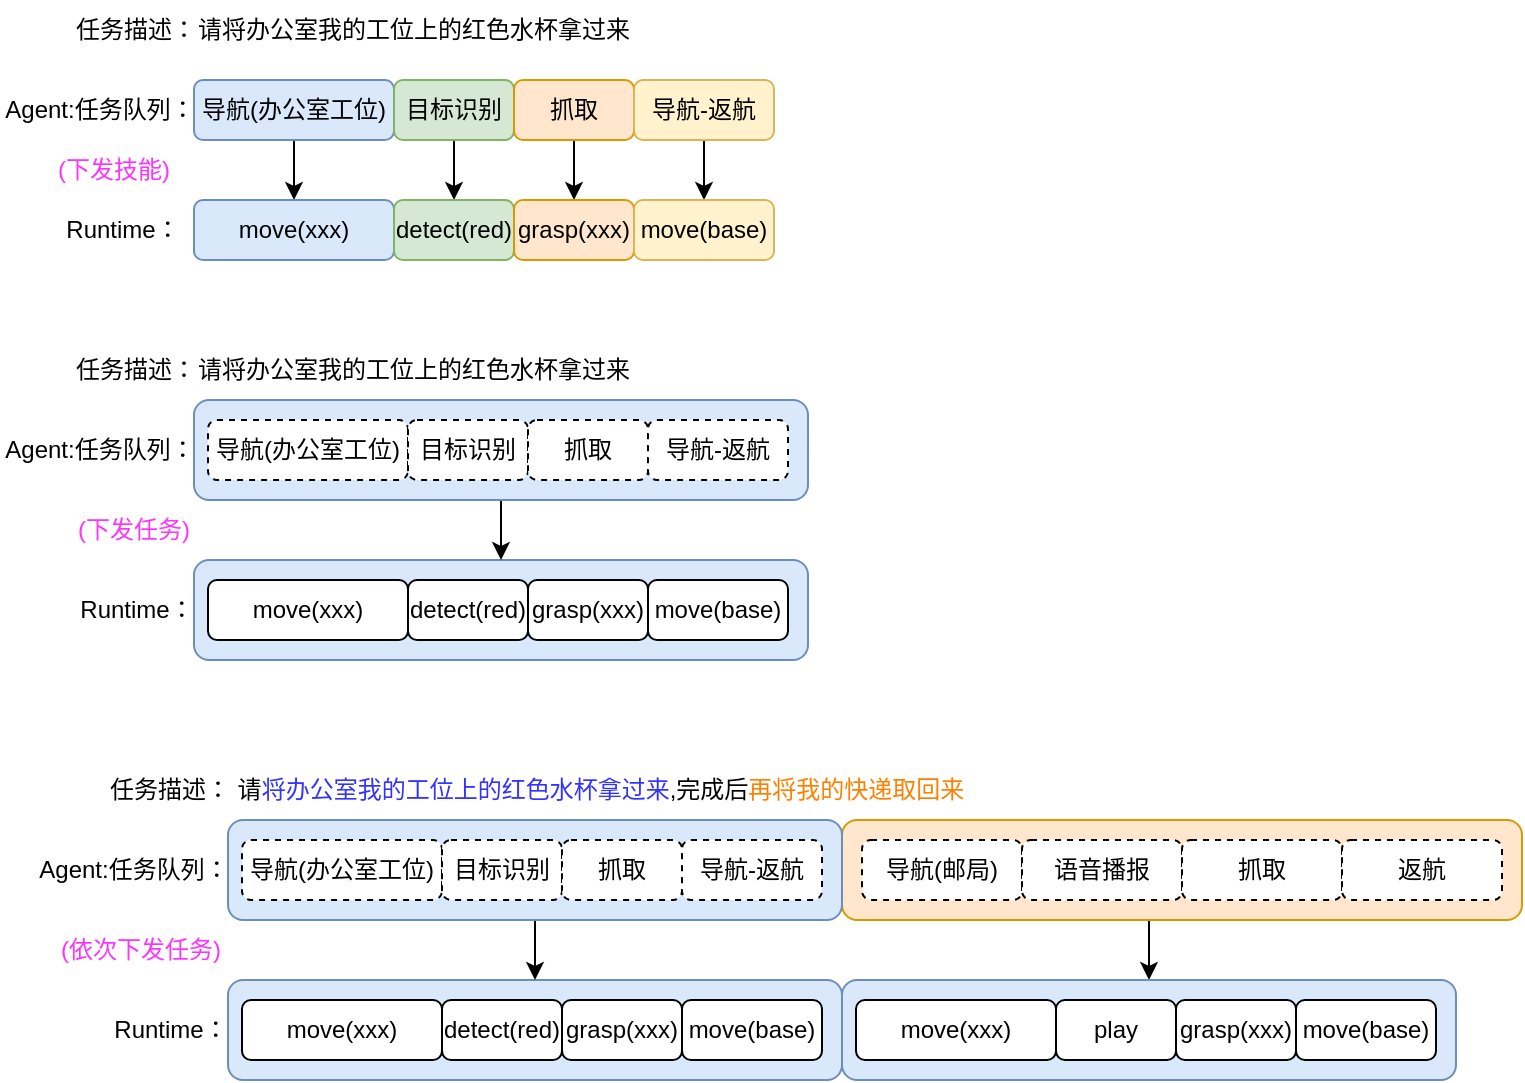
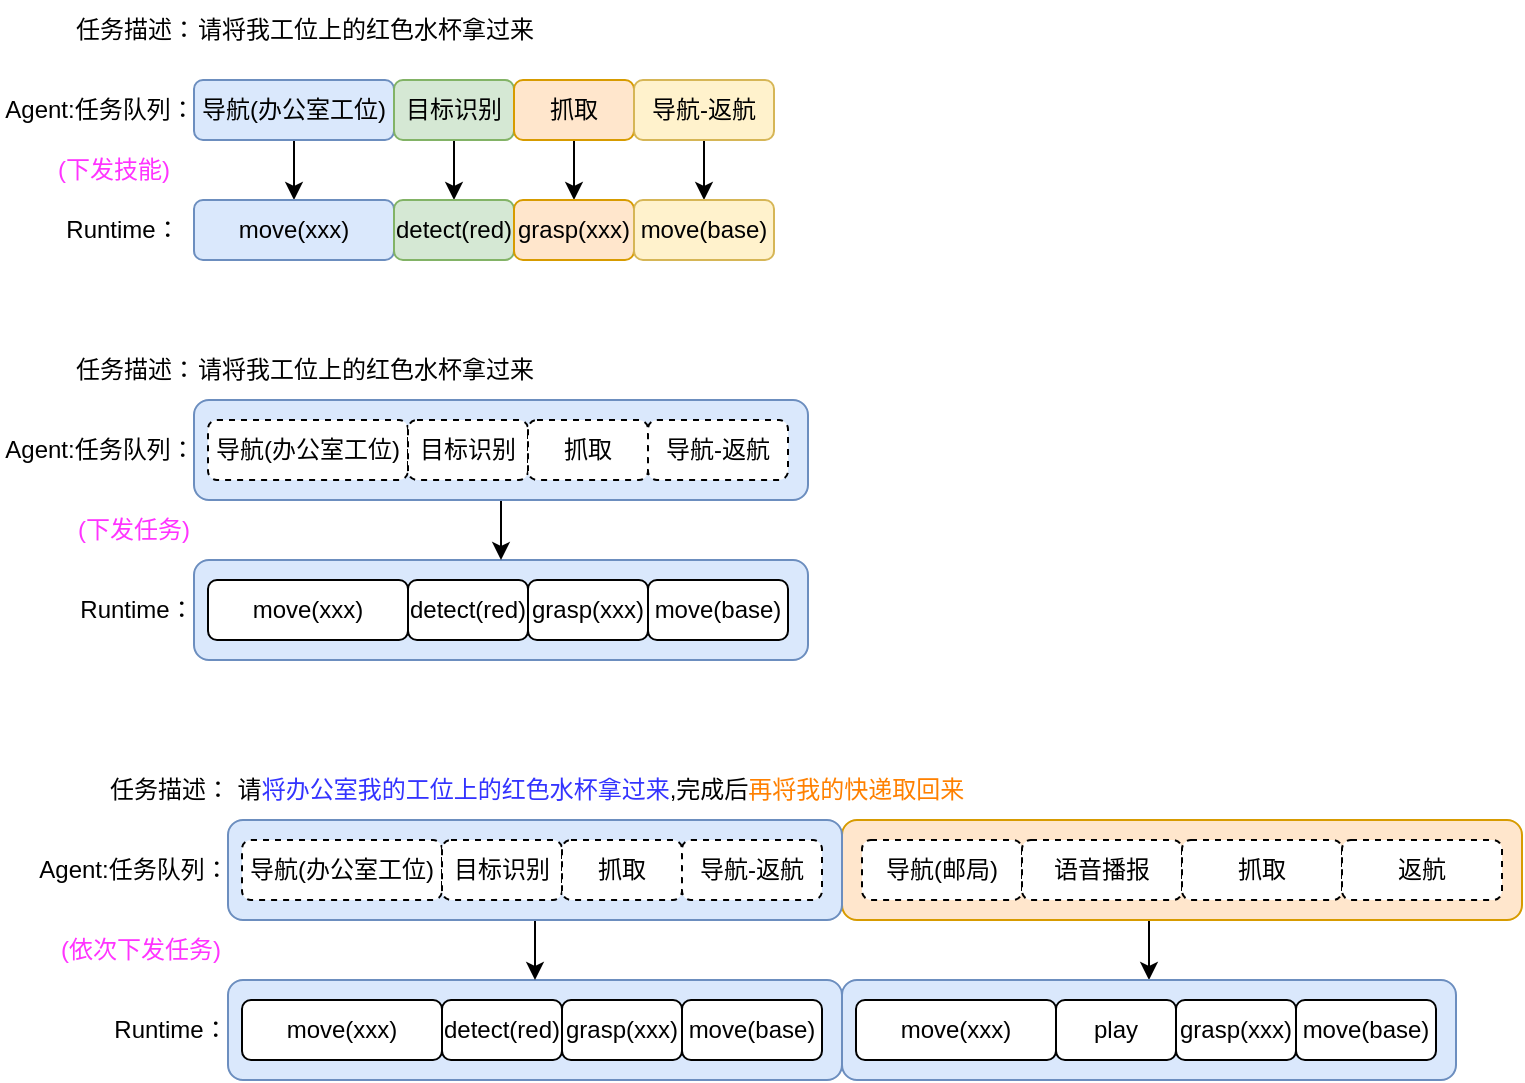
<mxfile host="app.diagrams.net">
  <diagram name="第 1 页" id="AqDmRzZVIJ-5uyctXJOA">
    <mxGraphModel dx="927" dy="527" grid="1" gridSize="10" guides="1" tooltips="1" connect="1" arrows="1" fold="1" page="1" pageScale="1" pageWidth="2339" pageHeight="3300" math="0" shadow="0">
      <root>
        <mxCell id="0" />
        <mxCell id="1" parent="0" />
        <mxCell id="TX6EBbOIm9mCNyf-wsjQ-69" edge="1" parent="1" source="TX6EBbOIm9mCNyf-wsjQ-63" style="edgeStyle=orthogonalEdgeStyle;rounded=0;orthogonalLoop=1;jettySize=auto;html=1;exitX=0.5;exitY=1;exitDx=0;exitDy=0;entryX=0.5;entryY=0;entryDx=0;entryDy=0;" target="TX6EBbOIm9mCNyf-wsjQ-64">
          <mxGeometry relative="1" as="geometry" />
        </mxCell>
        <mxCell id="TX6EBbOIm9mCNyf-wsjQ-63" parent="1" style="rounded=1;whiteSpace=wrap;html=1;fillColor=#ffe6cc;strokeColor=#d79b00;" value="" vertex="1">
          <mxGeometry height="50" width="340" x="444" y="740" as="geometry" />
        </mxCell>
        <mxCell id="TX6EBbOIm9mCNyf-wsjQ-37" parent="1" style="rounded=1;whiteSpace=wrap;html=1;fillColor=#dae8fc;strokeColor=#6c8ebf;" value="" vertex="1">
          <mxGeometry height="50" width="307" x="120" y="610" as="geometry" />
        </mxCell>
        <mxCell id="TX6EBbOIm9mCNyf-wsjQ-38" edge="1" parent="1" source="TX6EBbOIm9mCNyf-wsjQ-36" style="edgeStyle=orthogonalEdgeStyle;rounded=0;orthogonalLoop=1;jettySize=auto;html=1;exitX=0.5;exitY=1;exitDx=0;exitDy=0;entryX=0.5;entryY=0;entryDx=0;entryDy=0;" target="TX6EBbOIm9mCNyf-wsjQ-37">
          <mxGeometry relative="1" as="geometry" />
        </mxCell>
        <mxCell id="TX6EBbOIm9mCNyf-wsjQ-36" parent="1" style="rounded=1;whiteSpace=wrap;html=1;fillColor=#dae8fc;strokeColor=#6c8ebf;" value="" vertex="1">
          <mxGeometry height="50" width="307" x="120" y="530" as="geometry" />
        </mxCell>
        <mxCell id="TX6EBbOIm9mCNyf-wsjQ-15" edge="1" parent="1" source="TX6EBbOIm9mCNyf-wsjQ-1" style="edgeStyle=orthogonalEdgeStyle;rounded=0;orthogonalLoop=1;jettySize=auto;html=1;exitX=0.5;exitY=1;exitDx=0;exitDy=0;entryX=0.5;entryY=0;entryDx=0;entryDy=0;" target="TX6EBbOIm9mCNyf-wsjQ-11">
          <mxGeometry relative="1" as="geometry" />
        </mxCell>
        <mxCell id="TX6EBbOIm9mCNyf-wsjQ-1" parent="1" style="rounded=1;whiteSpace=wrap;html=1;fillColor=#dae8fc;strokeColor=#6c8ebf;" value="导航(办公室工位)" vertex="1">
          <mxGeometry height="30" width="100" x="120" y="370" as="geometry" />
        </mxCell>
        <mxCell id="TX6EBbOIm9mCNyf-wsjQ-2" parent="1" style="text;html=1;whiteSpace=wrap;strokeColor=none;fillColor=none;align=center;verticalAlign=middle;rounded=0;" value="Agent:任务队列：" vertex="1">
          <mxGeometry height="30" width="100" x="23" y="370" as="geometry" />
        </mxCell>
        <mxCell id="TX6EBbOIm9mCNyf-wsjQ-3" parent="1" style="text;html=1;whiteSpace=wrap;strokeColor=none;fillColor=none;align=center;verticalAlign=middle;rounded=0;" value="任务描述：" vertex="1">
          <mxGeometry height="30" width="70" x="56" y="330" as="geometry" />
        </mxCell>
-         <mxCell id="TX6EBbOIm9mCNyf-wsjQ-4" parent="1" style="text;html=1;whiteSpace=wrap;strokeColor=none;fillColor=none;align=center;verticalAlign=middle;rounded=0;" value="请将办公室我的工位上的红色水杯拿过来" vertex="1">
+         <mxCell id="TX6EBbOIm9mCNyf-wsjQ-4" parent="1" style="text;html=1;whiteSpace=wrap;strokeColor=none;fillColor=none;align=left;verticalAlign=middle;rounded=0;" value="请将我工位上的红色水杯拿过来" vertex="1">
          <mxGeometry height="30" width="220" x="120" y="330" as="geometry" />
        </mxCell>
        <mxCell id="TX6EBbOIm9mCNyf-wsjQ-16" edge="1" parent="1" source="TX6EBbOIm9mCNyf-wsjQ-5" style="edgeStyle=orthogonalEdgeStyle;rounded=0;orthogonalLoop=1;jettySize=auto;html=1;exitX=0.5;exitY=1;exitDx=0;exitDy=0;entryX=0.5;entryY=0;entryDx=0;entryDy=0;" target="TX6EBbOIm9mCNyf-wsjQ-12">
          <mxGeometry relative="1" as="geometry" />
        </mxCell>
        <mxCell id="TX6EBbOIm9mCNyf-wsjQ-5" parent="1" style="rounded=1;whiteSpace=wrap;html=1;fillColor=#d5e8d4;strokeColor=#82b366;" value="目标识别" vertex="1">
          <mxGeometry height="30" width="60" x="220" y="370" as="geometry" />
        </mxCell>
        <mxCell id="TX6EBbOIm9mCNyf-wsjQ-17" edge="1" parent="1" source="TX6EBbOIm9mCNyf-wsjQ-6" style="edgeStyle=orthogonalEdgeStyle;rounded=0;orthogonalLoop=1;jettySize=auto;html=1;exitX=0.5;exitY=1;exitDx=0;exitDy=0;entryX=0.5;entryY=0;entryDx=0;entryDy=0;" target="TX6EBbOIm9mCNyf-wsjQ-13">
          <mxGeometry relative="1" as="geometry" />
        </mxCell>
        <mxCell id="TX6EBbOIm9mCNyf-wsjQ-6" parent="1" style="rounded=1;whiteSpace=wrap;html=1;fillColor=#ffe6cc;strokeColor=#d79b00;" value="抓取" vertex="1">
          <mxGeometry height="30" width="60" x="280" y="370" as="geometry" />
        </mxCell>
        <mxCell id="TX6EBbOIm9mCNyf-wsjQ-18" edge="1" parent="1" source="TX6EBbOIm9mCNyf-wsjQ-7" style="edgeStyle=orthogonalEdgeStyle;rounded=0;orthogonalLoop=1;jettySize=auto;html=1;exitX=0.5;exitY=1;exitDx=0;exitDy=0;entryX=0.5;entryY=0;entryDx=0;entryDy=0;" target="TX6EBbOIm9mCNyf-wsjQ-14">
          <mxGeometry relative="1" as="geometry" />
        </mxCell>
        <mxCell id="TX6EBbOIm9mCNyf-wsjQ-7" parent="1" style="rounded=1;whiteSpace=wrap;html=1;fillColor=#fff2cc;strokeColor=#d6b656;" value="导航-返航" vertex="1">
          <mxGeometry height="30" width="70" x="340" y="370" as="geometry" />
        </mxCell>
        <mxCell id="TX6EBbOIm9mCNyf-wsjQ-8" parent="1" style="text;html=1;whiteSpace=wrap;strokeColor=none;fillColor=none;align=center;verticalAlign=middle;rounded=0;" value="Runtime：" vertex="1">
          <mxGeometry height="30" width="57" x="56" y="430" as="geometry" />
        </mxCell>
        <mxCell id="TX6EBbOIm9mCNyf-wsjQ-11" parent="1" style="rounded=1;whiteSpace=wrap;html=1;fillColor=#dae8fc;strokeColor=#6c8ebf;" value="move(xxx)" vertex="1">
          <mxGeometry height="30" width="100" x="120" y="430" as="geometry" />
        </mxCell>
        <mxCell id="TX6EBbOIm9mCNyf-wsjQ-12" parent="1" style="rounded=1;whiteSpace=wrap;html=1;fillColor=#d5e8d4;strokeColor=#82b366;" value="detect(red)" vertex="1">
          <mxGeometry height="30" width="60" x="220" y="430" as="geometry" />
        </mxCell>
        <mxCell id="TX6EBbOIm9mCNyf-wsjQ-13" parent="1" style="rounded=1;whiteSpace=wrap;html=1;fillColor=#ffe6cc;strokeColor=#d79b00;" value="grasp(xxx)" vertex="1">
          <mxGeometry height="30" width="60" x="280" y="430" as="geometry" />
        </mxCell>
        <mxCell id="TX6EBbOIm9mCNyf-wsjQ-14" parent="1" style="rounded=1;whiteSpace=wrap;html=1;fillColor=#fff2cc;strokeColor=#d6b656;" value="move(base)" vertex="1">
          <mxGeometry height="30" width="70" x="340" y="430" as="geometry" />
        </mxCell>
-         <mxCell id="TX6EBbOIm9mCNyf-wsjQ-19" parent="1" style="text;html=1;whiteSpace=wrap;strokeColor=none;fillColor=none;align=center;verticalAlign=middle;rounded=0;" value="请将办公室我的工位上的红色水杯拿过来" vertex="1">
+         <mxCell id="TX6EBbOIm9mCNyf-wsjQ-19" parent="1" style="text;html=1;whiteSpace=wrap;strokeColor=none;fillColor=none;align=left;verticalAlign=middle;rounded=0;" value="请将我工位上的红色水杯拿过来" vertex="1">
          <mxGeometry height="30" width="220" x="120" y="500" as="geometry" />
        </mxCell>
        <mxCell id="TX6EBbOIm9mCNyf-wsjQ-20" parent="1" style="text;html=1;whiteSpace=wrap;strokeColor=none;fillColor=none;align=center;verticalAlign=middle;rounded=0;" value="任务描述：" vertex="1">
          <mxGeometry height="30" width="70" x="56" y="500" as="geometry" />
        </mxCell>
        <mxCell id="TX6EBbOIm9mCNyf-wsjQ-22" parent="1" style="rounded=1;whiteSpace=wrap;html=1;dashed=1;" value="导航(办公室工位)" vertex="1">
          <mxGeometry height="30" width="100" x="127" y="540" as="geometry" />
        </mxCell>
        <mxCell id="TX6EBbOIm9mCNyf-wsjQ-23" parent="1" style="text;html=1;whiteSpace=wrap;strokeColor=none;fillColor=none;align=center;verticalAlign=middle;rounded=0;" value="Agent:任务队列：" vertex="1">
          <mxGeometry height="30" width="100" x="23" y="540" as="geometry" />
        </mxCell>
        <mxCell id="TX6EBbOIm9mCNyf-wsjQ-25" parent="1" style="rounded=1;whiteSpace=wrap;html=1;dashed=1;" value="目标识别" vertex="1">
          <mxGeometry height="30" width="60" x="227" y="540" as="geometry" />
        </mxCell>
        <mxCell id="TX6EBbOIm9mCNyf-wsjQ-27" parent="1" style="rounded=1;whiteSpace=wrap;html=1;dashed=1;" value="抓取" vertex="1">
          <mxGeometry height="30" width="60" x="287" y="540" as="geometry" />
        </mxCell>
        <mxCell id="TX6EBbOIm9mCNyf-wsjQ-29" parent="1" style="rounded=1;whiteSpace=wrap;html=1;dashed=1;" value="导航-返航" vertex="1">
          <mxGeometry height="30" width="70" x="347" y="540" as="geometry" />
        </mxCell>
        <mxCell id="TX6EBbOIm9mCNyf-wsjQ-30" parent="1" style="text;html=1;whiteSpace=wrap;strokeColor=none;fillColor=none;align=center;verticalAlign=middle;rounded=0;" value="Runtime：" vertex="1">
          <mxGeometry height="30" width="57" x="62.5" y="620" as="geometry" />
        </mxCell>
        <mxCell id="TX6EBbOIm9mCNyf-wsjQ-31" parent="1" style="rounded=1;whiteSpace=wrap;html=1;" value="move(xxx)" vertex="1">
          <mxGeometry height="30" width="100" x="127" y="620" as="geometry" />
        </mxCell>
        <mxCell id="TX6EBbOIm9mCNyf-wsjQ-32" parent="1" style="rounded=1;whiteSpace=wrap;html=1;" value="detect(red)" vertex="1">
          <mxGeometry height="30" width="60" x="227" y="620" as="geometry" />
        </mxCell>
        <mxCell id="TX6EBbOIm9mCNyf-wsjQ-33" parent="1" style="rounded=1;whiteSpace=wrap;html=1;" value="grasp(xxx)" vertex="1">
          <mxGeometry height="30" width="60" x="287" y="620" as="geometry" />
        </mxCell>
        <mxCell id="TX6EBbOIm9mCNyf-wsjQ-34" parent="1" style="rounded=1;whiteSpace=wrap;html=1;" value="move(base)" vertex="1">
          <mxGeometry height="30" width="70" x="347" y="620" as="geometry" />
        </mxCell>
        <mxCell id="TX6EBbOIm9mCNyf-wsjQ-35" parent="1" style="text;html=1;whiteSpace=wrap;strokeColor=none;fillColor=none;align=center;verticalAlign=middle;rounded=0;fontColor=#FF33FF;" value="(下发技能)" vertex="1">
          <mxGeometry height="30" width="60" x="50" y="400" as="geometry" />
        </mxCell>
        <mxCell id="TX6EBbOIm9mCNyf-wsjQ-39" parent="1" style="text;html=1;whiteSpace=wrap;strokeColor=none;fillColor=none;align=center;verticalAlign=middle;rounded=0;fontColor=#FF33FF;" value="(下发任务)" vertex="1">
          <mxGeometry height="30" width="60" x="59.5" y="580" as="geometry" />
        </mxCell>
        <mxCell id="TX6EBbOIm9mCNyf-wsjQ-40" parent="1" style="rounded=1;whiteSpace=wrap;html=1;fillColor=#dae8fc;strokeColor=#6c8ebf;" value="" vertex="1">
          <mxGeometry height="50" width="307" x="137" y="820" as="geometry" />
        </mxCell>
        <mxCell id="TX6EBbOIm9mCNyf-wsjQ-41" edge="1" parent="1" source="TX6EBbOIm9mCNyf-wsjQ-42" style="edgeStyle=orthogonalEdgeStyle;rounded=0;orthogonalLoop=1;jettySize=auto;html=1;exitX=0.5;exitY=1;exitDx=0;exitDy=0;entryX=0.5;entryY=0;entryDx=0;entryDy=0;" target="TX6EBbOIm9mCNyf-wsjQ-40">
          <mxGeometry relative="1" as="geometry" />
        </mxCell>
        <mxCell id="TX6EBbOIm9mCNyf-wsjQ-42" parent="1" style="rounded=1;whiteSpace=wrap;html=1;fillColor=#dae8fc;strokeColor=#6c8ebf;" value="" vertex="1">
          <mxGeometry height="50" width="307" x="137" y="740" as="geometry" />
        </mxCell>
        <mxCell id="TX6EBbOIm9mCNyf-wsjQ-43" parent="1" style="text;html=1;whiteSpace=wrap;strokeColor=none;fillColor=none;align=center;verticalAlign=middle;rounded=0;" value="请&lt;font style=&quot;color: rgb(51, 51, 255);&quot;&gt;将办公室我的工位上的红色水杯拿过来&lt;/font&gt;,完成后&lt;font style=&quot;color: rgb(255, 128, 0);&quot;&gt;再将我的快递取回来&lt;/font&gt;" vertex="1">
          <mxGeometry height="30" width="373" x="137" y="710" as="geometry" />
        </mxCell>
        <mxCell id="TX6EBbOIm9mCNyf-wsjQ-44" parent="1" style="text;html=1;whiteSpace=wrap;strokeColor=none;fillColor=none;align=center;verticalAlign=middle;rounded=0;" value="任务描述：" vertex="1">
          <mxGeometry height="30" width="70" x="73" y="710" as="geometry" />
        </mxCell>
        <mxCell id="TX6EBbOIm9mCNyf-wsjQ-45" parent="1" style="rounded=1;whiteSpace=wrap;html=1;dashed=1;" value="导航(办公室工位)" vertex="1">
          <mxGeometry height="30" width="100" x="144" y="750" as="geometry" />
        </mxCell>
        <mxCell id="TX6EBbOIm9mCNyf-wsjQ-46" parent="1" style="text;html=1;whiteSpace=wrap;strokeColor=none;fillColor=none;align=center;verticalAlign=middle;rounded=0;" value="Agent:任务队列：" vertex="1">
          <mxGeometry height="30" width="100" x="40" y="750" as="geometry" />
        </mxCell>
        <mxCell id="TX6EBbOIm9mCNyf-wsjQ-47" parent="1" style="rounded=1;whiteSpace=wrap;html=1;dashed=1;" value="目标识别" vertex="1">
          <mxGeometry height="30" width="60" x="244" y="750" as="geometry" />
        </mxCell>
        <mxCell id="TX6EBbOIm9mCNyf-wsjQ-48" parent="1" style="rounded=1;whiteSpace=wrap;html=1;dashed=1;" value="抓取" vertex="1">
          <mxGeometry height="30" width="60" x="304" y="750" as="geometry" />
        </mxCell>
        <mxCell id="TX6EBbOIm9mCNyf-wsjQ-49" parent="1" style="rounded=1;whiteSpace=wrap;html=1;dashed=1;" value="导航-返航" vertex="1">
          <mxGeometry height="30" width="70" x="364" y="750" as="geometry" />
        </mxCell>
        <mxCell id="TX6EBbOIm9mCNyf-wsjQ-50" parent="1" style="text;html=1;whiteSpace=wrap;strokeColor=none;fillColor=none;align=center;verticalAlign=middle;rounded=0;" value="Runtime：" vertex="1">
          <mxGeometry height="30" width="57" x="79.5" y="830" as="geometry" />
        </mxCell>
        <mxCell id="TX6EBbOIm9mCNyf-wsjQ-51" parent="1" style="rounded=1;whiteSpace=wrap;html=1;" value="move(xxx)" vertex="1">
          <mxGeometry height="30" width="100" x="144" y="830" as="geometry" />
        </mxCell>
        <mxCell id="TX6EBbOIm9mCNyf-wsjQ-52" parent="1" style="rounded=1;whiteSpace=wrap;html=1;" value="detect(red)" vertex="1">
          <mxGeometry height="30" width="60" x="244" y="830" as="geometry" />
        </mxCell>
        <mxCell id="TX6EBbOIm9mCNyf-wsjQ-53" parent="1" style="rounded=1;whiteSpace=wrap;html=1;" value="grasp(xxx)" vertex="1">
          <mxGeometry height="30" width="60" x="304" y="830" as="geometry" />
        </mxCell>
        <mxCell id="TX6EBbOIm9mCNyf-wsjQ-54" parent="1" style="rounded=1;whiteSpace=wrap;html=1;" value="move(base)" vertex="1">
          <mxGeometry height="30" width="70" x="364" y="830" as="geometry" />
        </mxCell>
        <mxCell id="TX6EBbOIm9mCNyf-wsjQ-55" parent="1" style="text;html=1;whiteSpace=wrap;strokeColor=none;fillColor=none;align=center;verticalAlign=middle;rounded=0;fontColor=#FF33FF;" value="(依次下发任务)" vertex="1">
          <mxGeometry height="30" width="86.5" x="50" y="790" as="geometry" />
        </mxCell>
        <mxCell id="TX6EBbOIm9mCNyf-wsjQ-56" parent="1" style="rounded=1;whiteSpace=wrap;html=1;dashed=1;" value="导航(邮局)" vertex="1">
          <mxGeometry height="30" width="80" x="454" y="750" as="geometry" />
        </mxCell>
        <mxCell id="TX6EBbOIm9mCNyf-wsjQ-60" parent="1" style="rounded=1;whiteSpace=wrap;html=1;dashed=1;" value="语音播报" vertex="1">
          <mxGeometry height="30" width="80" x="534" y="750" as="geometry" />
        </mxCell>
        <mxCell id="TX6EBbOIm9mCNyf-wsjQ-61" parent="1" style="rounded=1;whiteSpace=wrap;html=1;dashed=1;" value="抓取" vertex="1">
          <mxGeometry height="30" width="80" x="614" y="750" as="geometry" />
        </mxCell>
        <mxCell id="TX6EBbOIm9mCNyf-wsjQ-62" parent="1" style="rounded=1;whiteSpace=wrap;html=1;dashed=1;" value="返航" vertex="1">
          <mxGeometry height="30" width="80" x="694" y="750" as="geometry" />
        </mxCell>
        <mxCell id="TX6EBbOIm9mCNyf-wsjQ-64" parent="1" style="rounded=1;whiteSpace=wrap;html=1;fillColor=#dae8fc;strokeColor=#6c8ebf;" value="" vertex="1">
          <mxGeometry height="50" width="307" x="444" y="820" as="geometry" />
        </mxCell>
        <mxCell id="TX6EBbOIm9mCNyf-wsjQ-65" parent="1" style="rounded=1;whiteSpace=wrap;html=1;" value="move(xxx)" vertex="1">
          <mxGeometry height="30" width="100" x="451" y="830" as="geometry" />
        </mxCell>
        <mxCell id="TX6EBbOIm9mCNyf-wsjQ-66" parent="1" style="rounded=1;whiteSpace=wrap;html=1;" value="play" vertex="1">
          <mxGeometry height="30" width="60" x="551" y="830" as="geometry" />
        </mxCell>
        <mxCell id="TX6EBbOIm9mCNyf-wsjQ-67" parent="1" style="rounded=1;whiteSpace=wrap;html=1;" value="grasp(xxx)" vertex="1">
          <mxGeometry height="30" width="60" x="611" y="830" as="geometry" />
        </mxCell>
        <mxCell id="TX6EBbOIm9mCNyf-wsjQ-68" parent="1" style="rounded=1;whiteSpace=wrap;html=1;" value="move(base)" vertex="1">
          <mxGeometry height="30" width="70" x="671" y="830" as="geometry" />
        </mxCell>
      </root>
    </mxGraphModel>
  </diagram>
</mxfile>
